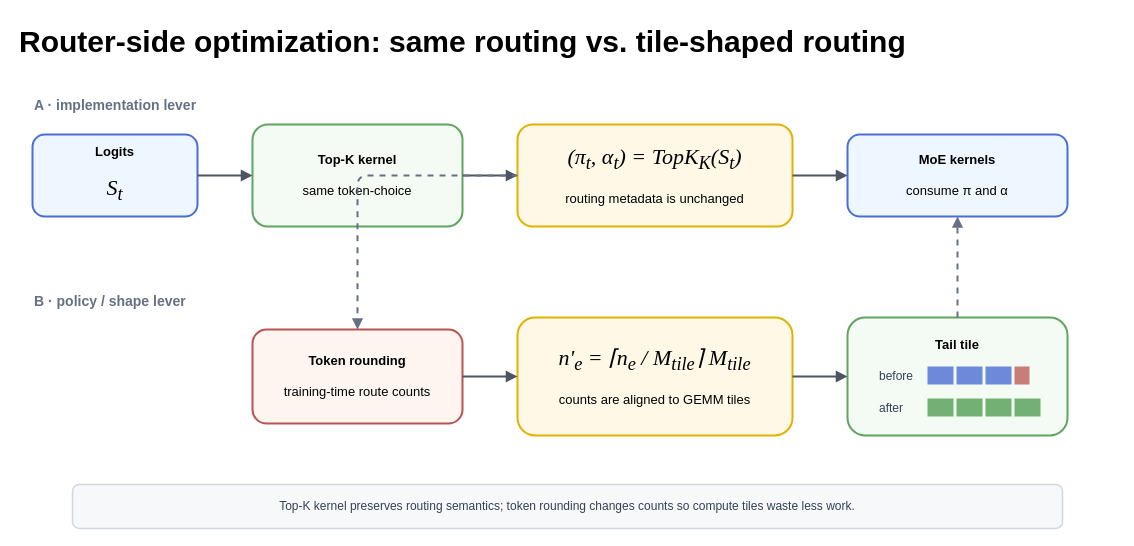
cassiewilliam/blog keeps this draw.io diagram as static/drawio/2026-04-27-sonicmoe-blackwell-深度解读-fine-grained-moe-kernel-的算法-软件-硬件三层堆叠/figures/F6.drawio. Above is the earlier version. Source tidied: cells renumbered, new cells numbered last; positions are measured from the earlier drawing's top-left corner, leaving out a move shared by most shapes. Both pictures are drawn from the tidied source at 100%, with x=0, y=0 at pixel (17, 17).
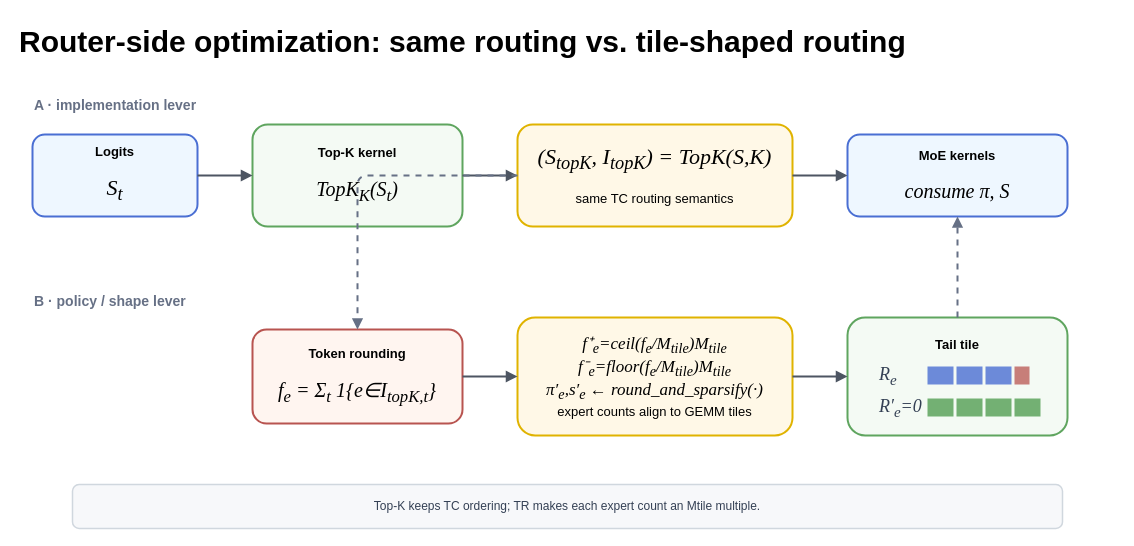
The same diagram, later.

Commit message (it also covers changes not shown here):
Use paper symbols in SonicMoE router figures

Diff of the diagram source:
```diff
@@
-    <mxCell id="5" value="&lt;b&gt;Top-K kernel&lt;/b&gt;&lt;br&gt;&lt;br&gt;same token-choice" style="rounded=1;whiteSpace=wrap;html=1;fillColor=#f4faf4;strokeColor=#5fa55f;strokeWidth=2;align=center;verticalAlign=middle;fontFamily=Helvetica;fontSize=13;" parent="1" vertex="1">
+    <mxCell id="5" value="&lt;b&gt;Top-K kernel&lt;/b&gt;&lt;br&gt;&lt;br&gt;&lt;font face=&quot;Times New Roman&quot; style=&quot;font-size: 20px;&quot;&gt;&lt;i&gt;TopK&lt;sub&gt;K&lt;/sub&gt;(S&lt;sub&gt;t&lt;/sub&gt;)&lt;/i&gt;&lt;/font&gt;" style="rounded=1;whiteSpace=wrap;html=1;fillColor=#f4faf4;strokeColor=#5fa55f;strokeWidth=2;align=center;verticalAlign=middle;fontFamily=Helvetica;fontSize=13;" parent="1" vertex="1">
       <mxGeometry x="235" y="107" width="210" height="102" as="geometry" />
     </mxCell>
-    <mxCell id="6" value="&lt;font face=&quot;Times New Roman&quot; style=&quot;font-size: 22px;&quot;&gt;&lt;i&gt;(π&lt;sub&gt;t&lt;/sub&gt;, α&lt;sub&gt;t&lt;/sub&gt;) = TopK&lt;sub&gt;K&lt;/sub&gt;(S&lt;sub&gt;t&lt;/sub&gt;)&lt;/i&gt;&lt;/font&gt;&lt;br&gt;&lt;br&gt;routing metadata is unchanged" style="rounded=1;whiteSpace=wrap;html=1;fillColor=#fff8e7;strokeColor=#e0b300;strokeWidth=2;align=center;verticalAlign=middle;fontFamily=Helvetica;fontSize=13;" parent="1" vertex="1">
+    <mxCell id="6" value="&lt;font face=&quot;Times New Roman&quot; style=&quot;font-size: 22px;&quot;&gt;&lt;i&gt;(S&lt;sub&gt;topK&lt;/sub&gt;, I&lt;sub&gt;topK&lt;/sub&gt;) = TopK(S,K)&lt;/i&gt;&lt;/font&gt;&lt;br&gt;&lt;br&gt;same TC routing semantics" style="rounded=1;whiteSpace=wrap;html=1;fillColor=#fff8e7;strokeColor=#e0b300;strokeWidth=2;align=center;verticalAlign=middle;fontFamily=Helvetica;fontSize=13;" parent="1" vertex="1">
       <mxGeometry x="500" y="107" width="275" height="102" as="geometry" />
     </mxCell>
-    <mxCell id="7" value="&lt;b&gt;MoE kernels&lt;/b&gt;&lt;br&gt;&lt;br&gt;consume π and α" style="rounded=1;whiteSpace=wrap;html=1;fillColor=#eef7ff;strokeColor=#4a6fd3;strokeWidth=2;align=center;verticalAlign=middle;fontFamily=Helvetica;fontSize=13;" parent="1" vertex="1">
+    <mxCell id="7" value="&lt;b&gt;MoE kernels&lt;/b&gt;&lt;br&gt;&lt;br&gt;&lt;font face=&quot;Times New Roman&quot; style=&quot;font-size: 20px;&quot;&gt;&lt;i&gt;consume π, S&lt;/i&gt;&lt;/font&gt;" style="rounded=1;whiteSpace=wrap;html=1;fillColor=#eef7ff;strokeColor=#4a6fd3;strokeWidth=2;align=center;verticalAlign=middle;fontFamily=Helvetica;fontSize=13;" parent="1" vertex="1">
       <mxGeometry x="830" y="117" width="220" height="82" as="geometry" />
     </mxCell>
@@
-    <mxCell id="12" value="&lt;b&gt;Token rounding&lt;/b&gt;&lt;br&gt;&lt;br&gt;training-time route counts" style="rounded=1;whiteSpace=wrap;html=1;fillColor=#fff5f0;strokeColor=#b85450;strokeWidth=2;align=center;verticalAlign=middle;fontFamily=Helvetica;fontSize=13;" parent="1" vertex="1">
+    <mxCell id="12" value="&lt;b&gt;Token rounding&lt;/b&gt;&lt;br&gt;&lt;br&gt;&lt;font face=&quot;Times New Roman&quot; style=&quot;font-size: 20px;&quot;&gt;&lt;i&gt;f&lt;sub&gt;e&lt;/sub&gt; = Σ&lt;sub&gt;t&lt;/sub&gt; 1{e∈I&lt;sub&gt;topK,t&lt;/sub&gt;}&lt;/i&gt;&lt;/font&gt;" style="rounded=1;whiteSpace=wrap;html=1;fillColor=#fff5f0;strokeColor=#b85450;strokeWidth=2;align=center;verticalAlign=middle;fontFamily=Helvetica;fontSize=13;" parent="1" vertex="1">
       <mxGeometry x="235" y="312" width="210" height="94" as="geometry" />
     </mxCell>
-    <mxCell id="13" value="&lt;font face=&quot;Times New Roman&quot; style=&quot;font-size: 22px;&quot;&gt;&lt;i&gt;n'&lt;sub&gt;e&lt;/sub&gt; = ⌈n&lt;sub&gt;e&lt;/sub&gt; / M&lt;sub&gt;tile&lt;/sub&gt;⌉ M&lt;sub&gt;tile&lt;/sub&gt;&lt;/i&gt;&lt;/font&gt;&lt;br&gt;&lt;br&gt;counts are aligned to GEMM tiles" style="rounded=1;whiteSpace=wrap;html=1;fillColor=#fff8e7;strokeColor=#e0b300;strokeWidth=2;align=center;verticalAlign=middle;fontFamily=Helvetica;fontSize=13;" parent="1" vertex="1">
+    <mxCell id="13" value="&lt;font face=&quot;Times New Roman&quot; style=&quot;font-size: 17px;&quot;&gt;&lt;i&gt;f⁺&lt;sub&gt;e&lt;/sub&gt;=ceil(f&lt;sub&gt;e&lt;/sub&gt;/M&lt;sub&gt;tile&lt;/sub&gt;)M&lt;sub&gt;tile&lt;/sub&gt;&lt;br&gt;f⁻&lt;sub&gt;e&lt;/sub&gt;=floor(f&lt;sub&gt;e&lt;/sub&gt;/M&lt;sub&gt;tile&lt;/sub&gt;)M&lt;sub&gt;tile&lt;/sub&gt;&lt;br&gt;π′&lt;sub&gt;e&lt;/sub&gt;,s′&lt;sub&gt;e&lt;/sub&gt; ← round_and_sparsify(·)&lt;/i&gt;&lt;/font&gt;&lt;br&gt;expert counts align to GEMM tiles" style="rounded=1;whiteSpace=wrap;html=1;fillColor=#fff8e7;strokeColor=#e0b300;strokeWidth=2;align=center;verticalAlign=middle;fontFamily=Helvetica;fontSize=13;" parent="1" vertex="1">
       <mxGeometry x="500" y="300" width="275" height="118" as="geometry" />
     </mxCell>
@@
-    <mxCell id="15" value="before" style="text;html=1;strokeColor=none;fillColor=none;align=left;verticalAlign=middle;fontFamily=Helvetica;fontSize=12;fontColor=#344054;" parent="1" vertex="1">
+    <mxCell id="15" value="&lt;font face=&quot;Times New Roman&quot; style=&quot;font-size: 18px;&quot;&gt;&lt;i&gt;R&lt;sub&gt;e&lt;/sub&gt;&lt;/i&gt;&lt;/font&gt;" style="text;html=1;strokeColor=none;fillColor=none;align=left;verticalAlign=middle;fontFamily=Helvetica;fontSize=12;fontColor=#344054;" parent="1" vertex="1">
       <mxGeometry x="860" y="347" width="55" height="24" as="geometry" />
     </mxCell>
-    <mxCell id="16" value="after" style="text;html=1;strokeColor=none;fillColor=none;align=left;verticalAlign=middle;fontFamily=Helvetica;fontSize=12;fontColor=#344054;" parent="1" vertex="1">
+    <mxCell id="16" value="&lt;font face=&quot;Times New Roman&quot; style=&quot;font-size: 18px;&quot;&gt;&lt;i&gt;R′&lt;sub&gt;e&lt;/sub&gt;=0&lt;/i&gt;&lt;/font&gt;" style="text;html=1;strokeColor=none;fillColor=none;align=left;verticalAlign=middle;fontFamily=Helvetica;fontSize=12;fontColor=#344054;" parent="1" vertex="1">
       <mxGeometry x="860" y="379" width="55" height="24" as="geometry" />
     </mxCell>
@@
-    <mxCell id="29" value="Top-K kernel preserves routing semantics; token rounding changes counts so compute tiles waste less work." style="rounded=1;whiteSpace=wrap;html=1;fillColor=#f7f8fa;strokeColor=#d0d7de;strokeWidth=1.5;align=center;verticalAlign=middle;fontFamily=Helvetica;fontSize=12;fontColor=#344054;" parent="1" vertex="1">
+    <mxCell id="29" value="Top-K keeps TC ordering; TR makes each expert count an Mtile multiple." style="rounded=1;whiteSpace=wrap;html=1;fillColor=#f7f8fa;strokeColor=#d0d7de;strokeWidth=1.5;align=center;verticalAlign=middle;fontFamily=Helvetica;fontSize=12;fontColor=#344054;" parent="1" vertex="1">
       <mxGeometry x="55" y="467" width="990" height="44" as="geometry" />
     </mxCell>
```
